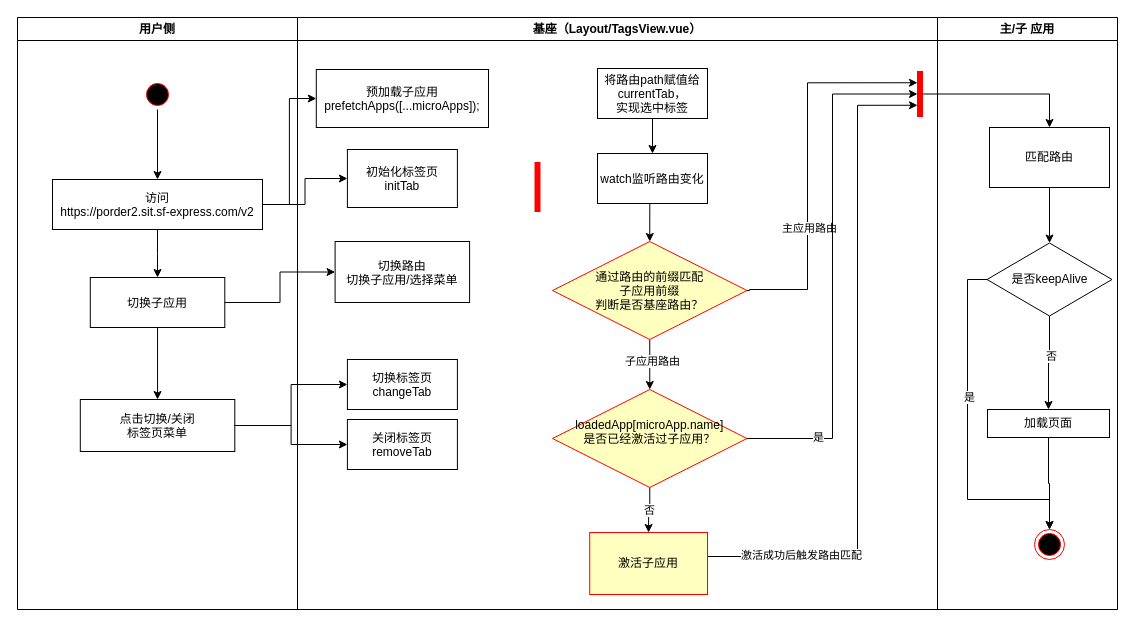
The draw.io diagram 未命名绘图.drawio in wangkris03/draw.io, before the edit. Source tidied: cells renumbered, new cells numbered last; positions are measured from the earlier drawing's top-left corner, leaving out a move shared by most shapes. Both pictures are drawn from the tidied source at 100%, with x=0, y=0 at pixel (17, 17).
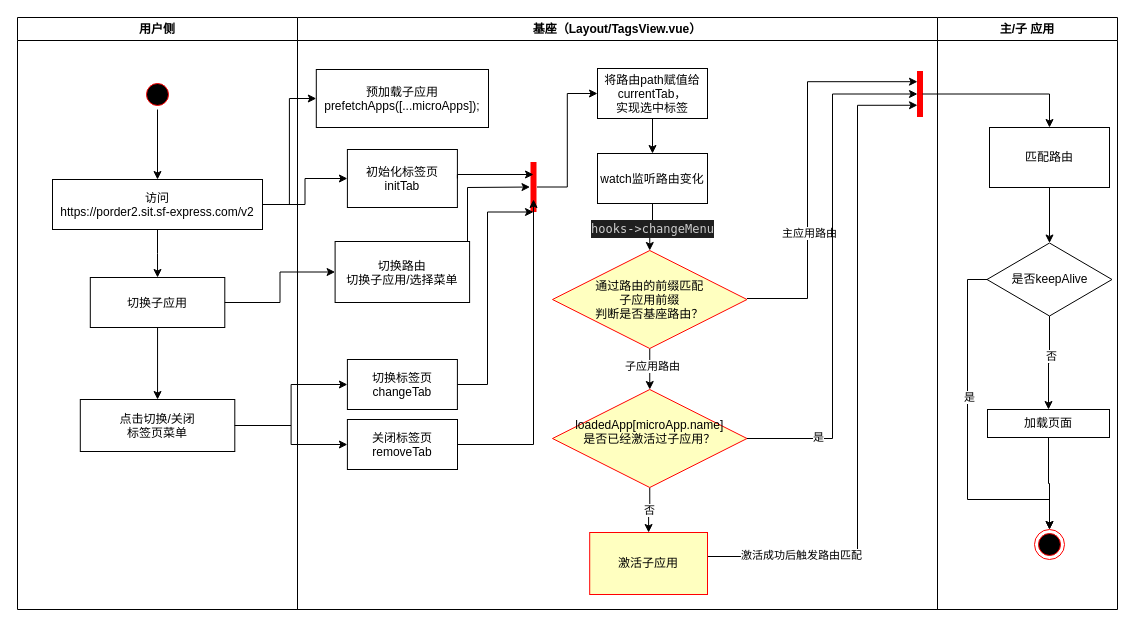
The same diagram, later.

Commit message (it also covers changes not shown here):
更新未命名绘图.drawio

The change refers to these unchanged cells:
```xml
<mxCell id="10" value="基座（Layout/TagsView.vue）" style="swimlane;whiteSpace=wrap;" parent="1" vertex="1">
  <mxGeometry x="280" width="640" height="592" as="geometry" />
</mxCell>
<mxCell id="11" value="切换路由&#10;切换子应用/选择菜单" parent="10" vertex="1">
  <mxGeometry x="37.6" y="224" width="134.5" height="61" as="geometry" />
</mxCell>
<mxCell id="12" style="edgeStyle=orthogonalEdgeStyle;rounded=0;jettySize=auto;html=1;exitX=0.5;exitY=1;exitDx=0;exitDy=0;entryX=0.5;entryY=0;entryDx=0;entryDy=0;" parent="10" edge="1" source="13" target="17">
  <mxGeometry relative="1" as="geometry" />
</mxCell>
<mxCell id="14" value="初始化标签页&#10;initTab" parent="10" vertex="1">
  <mxGeometry x="49.9" y="132" width="110" height="58" as="geometry" />
</mxCell>
<mxCell id="19" style="whiteSpace=wrap;strokeColor=#FF0000;fillColor=#FF0000;" parent="10" vertex="1">
  <mxGeometry x="620" y="54" width="5" height="45" as="geometry" />
</mxCell>
<mxCell id="21" value="将路由path赋值给&#10;currentTab，&#10;实现选中标签" parent="10" vertex="1">
  <mxGeometry x="300" y="51" width="110" height="50" as="geometry" />
</mxCell>
<mxCell id="22" value="切换标签页&#10;changeTab" parent="10" vertex="1">
  <mxGeometry x="49.9" y="342" width="110" height="50" as="geometry" />
</mxCell>
```

Diff of the diagram source:
```diff
@@
+    <mxCell id="51" style="edgeStyle=orthogonalEdgeStyle;rounded=0;jettySize=auto;html=1;exitX=1;exitY=0.25;exitDx=0;exitDy=0;" parent="10" edge="1" source="11" target="18">
+      <mxGeometry relative="1" as="geometry">
+        <Array as="points">
+          <mxPoint x="170" y="239" />
+          <mxPoint x="170" y="170" />
+        </Array>
+      </mxGeometry>
+    </mxCell>
@@
+    <mxCell id="52" value="&lt;div style=&quot;color: rgb(204, 204, 204); background-color: rgb(31, 31, 31); font-family: Menlo, Monaco, &amp;quot;Courier New&amp;quot;, monospace; font-size: 12px; line-height: 18px;&quot;&gt;hooks-&amp;gt;changeMenu&lt;/div&gt;" style="edgeLabel;html=1;align=center;verticalAlign=middle;" parent="12" vertex="1">
+      <mxGeometry x="-0.02" y="1" relative="1" as="geometry" />
+    </mxCell>
@@
     <mxCell id="17" value="通过路由的前缀匹配&#10;子应用前缀&#10;判断是否基座路由？" style="rhombus;fillColor=#ffffc0;strokeColor=#ff0000;" parent="10" vertex="1">
-      <mxGeometry x="255" y="224" width="194.5" height="98" as="geometry" />
+      <mxGeometry x="255" y="233" width="194.5" height="98" as="geometry" />
     </mxCell>
+    <mxCell id="53" style="edgeStyle=orthogonalEdgeStyle;rounded=0;jettySize=auto;html=1;entryX=0;entryY=0.5;entryDx=0;entryDy=0;" parent="10" edge="1" source="18" target="21">
+      <mxGeometry relative="1" as="geometry" />
+    </mxCell>
     <mxCell id="18" style="shape=line;strokeWidth=6;strokeColor=#ff0000;rotation=90;" parent="10" vertex="1">
-      <mxGeometry x="215" y="162" width="50" height="15" as="geometry" />
+      <mxGeometry x="211" y="166" width="50" height="7" as="geometry" />
     </mxCell>
@@
+    <mxCell id="54" style="edgeStyle=orthogonalEdgeStyle;rounded=0;jettySize=auto;html=1;exitX=1;exitY=0.5;exitDx=0;exitDy=0;entryX=0.75;entryY=0.5;entryDx=0;entryDy=0;entryPerimeter=0;" parent="10" edge="1" source="24" target="18">
+      <mxGeometry relative="1" as="geometry" />
+    </mxCell>
     <mxCell id="24" value="关闭标签页&#10;removeTab" parent="10" vertex="1">
-      <mxGeometry x="49.9" y="402" width="110" height="50" as="geometry" />
+      <mxGeometry x="49.9" y="402" width="110.1" height="50" as="geometry" />
     </mxCell>
@@
-    <mxCell id="30" style="edgeStyle=orthogonalEdgeStyle;rounded=0;jettySize=auto;html=1;exitX=1;exitY=0.5;exitDx=0;exitDy=0;entryX=0;entryY=0.25;entryDx=0;entryDy=0;" parent="10" edge="1" source="17" target="19">
+    <mxCell id="30" style="edgeStyle=orthogonalEdgeStyle;rounded=0;orthogonalLoop=1;jettySize=auto;html=1;exitX=1;exitY=0.5;exitDx=0;exitDy=0;entryX=0;entryY=0.25;entryDx=0;entryDy=0;" parent="10" edge="1">
       <mxGeometry relative="1" as="geometry">
+        <mxPoint x="449.5" y="281" as="sourcePoint" />
+        <mxPoint x="620" y="64.2" as="targetPoint" />
         <Array as="points">
-          <mxPoint x="452" y="273" />
-          <mxPoint x="510" y="272" />
-          <mxPoint x="510" y="156" />
+          <mxPoint x="510" y="281" />
+          <mxPoint x="510" y="64" />
         </Array>
       </mxGeometry>
     </mxCell>
@@
+    <mxCell id="55" style="edgeStyle=orthogonalEdgeStyle;rounded=0;jettySize=auto;html=1;exitX=1;exitY=0.5;exitDx=0;exitDy=0;entryX=0.25;entryY=0.5;entryDx=0;entryDy=0;entryPerimeter=0;" parent="10" edge="1" source="14" target="18">
+      <mxGeometry relative="1" as="geometry">
+        <Array as="points">
+          <mxPoint x="160" y="157" />
+        </Array>
+      </mxGeometry>
+    </mxCell>
+    <mxCell id="56" style="edgeStyle=orthogonalEdgeStyle;rounded=0;jettySize=auto;html=1;exitX=1;exitY=0.5;exitDx=0;exitDy=0;entryX=1;entryY=0.5;entryDx=0;entryDy=0;entryPerimeter=0;" parent="10" edge="1" source="22" target="18">
+      <mxGeometry relative="1" as="geometry">
+        <Array as="points">
+          <mxPoint x="190" y="367" />
+          <mxPoint x="190" y="195" />
+        </Array>
+      </mxGeometry>
+    </mxCell>
```
